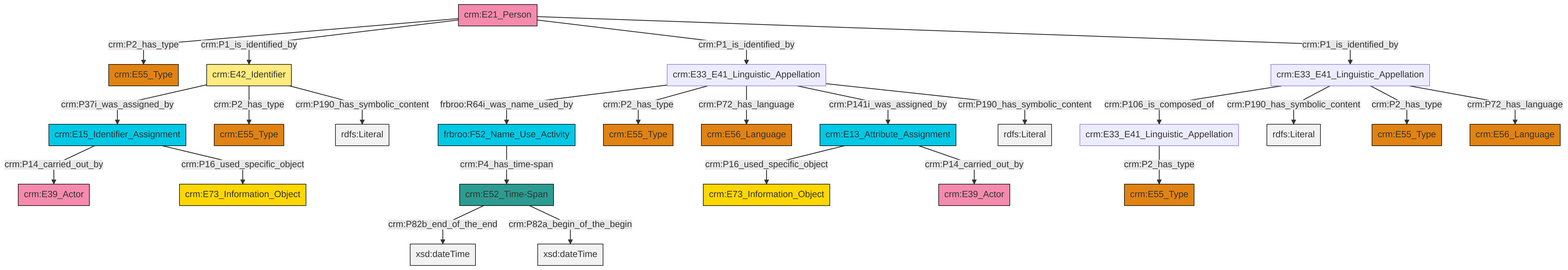
swiss-art-research-net/reference-data-models keeps this Mermaid diagram as et/personCSV/ttl/mmd/png/Person_Names_and_Classification.png. Above is the earlier version. Its source is kept beside it as et/personCSV/ttl/mmd/Person_Names_and_Classification.ttl.mmd.
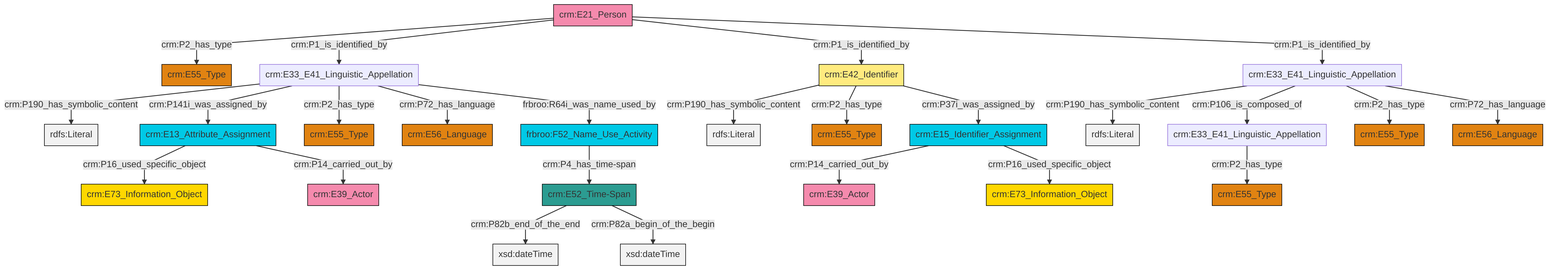
The same file after the commit.

The edit, as a diff of the source:
```diff
@@ -13,27 +13,27 @@
 classDef PC_Classes fill:#4ce600, stroke:#000000;
 classDef Multi fill:#cccccc,stroke:#000000;
 
-0["crm:E42_Identifier"]:::Appellation -->|crm:P37i_was_assigned_by| 1["crm:E15_Identifier_Assignment"]:::Temporal_Entity
-5["crm:E33_E41_Linguistic_Appellation"]:::Default -->|frbroo:R64i_was_name_used_by| 6["frbroo:F52_Name_Use_Activity"]:::Temporal_Entity
-7["crm:E21_Person"]:::Actor -->|crm:P2_has_type| 8["crm:E55_Type"]:::Type
-9["crm:E52_Time-Span"]:::Time-Span -->|crm:P82b_end_of_the_end| 10[xsd:dateTime]:::Literal
-5["crm:E33_E41_Linguistic_Appellation"]:::Default -->|crm:P2_has_type| 14["crm:E55_Type"]:::Type
-20["crm:E33_E41_Linguistic_Appellation"]:::Default -->|crm:P106_is_composed_of| 21["crm:E33_E41_Linguistic_Appellation"]:::Default
-6["frbroo:F52_Name_Use_Activity"]:::Temporal_Entity -->|crm:P4_has_time-span| 9["crm:E52_Time-Span"]:::Time-Span
-5["crm:E33_E41_Linguistic_Appellation"]:::Default -->|crm:P72_has_language| 18["crm:E56_Language"]:::Type
-25["crm:E13_Attribute_Assignment"]:::Temporal_Entity -->|crm:P16_used_specific_object| 26["crm:E73_Information_Object"]:::Conceptual_Object
-0["crm:E42_Identifier"]:::Appellation -->|crm:P2_has_type| 11["crm:E55_Type"]:::Type
-1["crm:E15_Identifier_Assignment"]:::Temporal_Entity -->|crm:P14_carried_out_by| 36["crm:E39_Actor"]:::Actor
-20["crm:E33_E41_Linguistic_Appellation"]:::Default -->|crm:P190_has_symbolic_content| 37[rdfs:Literal]:::Literal
-7["crm:E21_Person"]:::Actor -->|crm:P1_is_identified_by| 0["crm:E42_Identifier"]:::Appellation
-0["crm:E42_Identifier"]:::Appellation -->|crm:P190_has_symbolic_content| 40[rdfs:Literal]:::Literal
-20["crm:E33_E41_Linguistic_Appellation"]:::Default -->|crm:P2_has_type| 30["crm:E55_Type"]:::Type
-21["crm:E33_E41_Linguistic_Appellation"]:::Default -->|crm:P2_has_type| 16["crm:E55_Type"]:::Type
-5["crm:E33_E41_Linguistic_Appellation"]:::Default -->|crm:P141i_was_assigned_by| 25["crm:E13_Attribute_Assignment"]:::Temporal_Entity
-20["crm:E33_E41_Linguistic_Appellation"]:::Default -->|crm:P72_has_language| 3["crm:E56_Language"]:::Type
-9["crm:E52_Time-Span"]:::Time-Span -->|crm:P82a_begin_of_the_begin| 42[xsd:dateTime]:::Literal
-1["crm:E15_Identifier_Assignment"]:::Temporal_Entity -->|crm:P16_used_specific_object| 43["crm:E73_Information_Object"]:::Conceptual_Object
-7["crm:E21_Person"]:::Actor -->|crm:P1_is_identified_by| 5["crm:E33_E41_Linguistic_Appellation"]:::Default
-5["crm:E33_E41_Linguistic_Appellation"]:::Default -->|crm:P190_has_symbolic_content| 45[rdfs:Literal]:::Literal
-7["crm:E21_Person"]:::Actor -->|crm:P1_is_identified_by| 20["crm:E33_E41_Linguistic_Appellation"]:::Default
-25["crm:E13_Attribute_Assignment"]:::Temporal_Entity -->|crm:P14_carried_out_by| 32["crm:E39_Actor"]:::Actor
+0["crm:E33_E41_Linguistic_Appellation"]:::Default -->|crm:P190_has_symbolic_content| 1[rdfs:Literal]:::Literal
+2["crm:E52_Time-Span"]:::Time-Span -->|crm:P82b_end_of_the_end| 3[xsd:dateTime]:::Literal
+6["crm:E21_Person"]:::Actor -->|crm:P2_has_type| 7["crm:E55_Type"]:::Type
+8["crm:E33_E41_Linguistic_Appellation"]:::Default -->|crm:P190_has_symbolic_content| 9[rdfs:Literal]:::Literal
+6["crm:E21_Person"]:::Actor -->|crm:P1_is_identified_by| 0["crm:E33_E41_Linguistic_Appellation"]:::Default
+0["crm:E33_E41_Linguistic_Appellation"]:::Default -->|crm:P141i_was_assigned_by| 11["crm:E13_Attribute_Assignment"]:::Temporal_Entity
+0["crm:E33_E41_Linguistic_Appellation"]:::Default -->|crm:P2_has_type| 4["crm:E55_Type"]:::Type
+12["crm:E42_Identifier"]:::Appellation -->|crm:P190_has_symbolic_content| 13[rdfs:Literal]:::Literal
+16["crm:E15_Identifier_Assignment"]:::Temporal_Entity -->|crm:P14_carried_out_by| 17["crm:E39_Actor"]:::Actor
+8["crm:E33_E41_Linguistic_Appellation"]:::Default -->|crm:P106_is_composed_of| 18["crm:E33_E41_Linguistic_Appellation"]:::Default
+16["crm:E15_Identifier_Assignment"]:::Temporal_Entity -->|crm:P16_used_specific_object| 20["crm:E73_Information_Object"]:::Conceptual_Object
+6["crm:E21_Person"]:::Actor -->|crm:P1_is_identified_by| 12["crm:E42_Identifier"]:::Appellation
+23["frbroo:F52_Name_Use_Activity"]:::Temporal_Entity -->|crm:P4_has_time-span| 2["crm:E52_Time-Span"]:::Time-Span
+8["crm:E33_E41_Linguistic_Appellation"]:::Default -->|crm:P2_has_type| 21["crm:E55_Type"]:::Type
+0["crm:E33_E41_Linguistic_Appellation"]:::Default -->|crm:P72_has_language| 25["crm:E56_Language"]:::Type
+0["crm:E33_E41_Linguistic_Appellation"]:::Default -->|frbroo:R64i_was_name_used_by| 23["frbroo:F52_Name_Use_Activity"]:::Temporal_Entity
+12["crm:E42_Identifier"]:::Appellation -->|crm:P2_has_type| 27["crm:E55_Type"]:::Type
+11["crm:E13_Attribute_Assignment"]:::Temporal_Entity -->|crm:P16_used_specific_object| 29["crm:E73_Information_Object"]:::Conceptual_Object
+8["crm:E33_E41_Linguistic_Appellation"]:::Default -->|crm:P72_has_language| 32["crm:E56_Language"]:::Type
+2["crm:E52_Time-Span"]:::Time-Span -->|crm:P82a_begin_of_the_begin| 34[xsd:dateTime]:::Literal
+6["crm:E21_Person"]:::Actor -->|crm:P1_is_identified_by| 8["crm:E33_E41_Linguistic_Appellation"]:::Default
+12["crm:E42_Identifier"]:::Appellation -->|crm:P37i_was_assigned_by| 16["crm:E15_Identifier_Assignment"]:::Temporal_Entity
+11["crm:E13_Attribute_Assignment"]:::Temporal_Entity -->|crm:P14_carried_out_by| 41["crm:E39_Actor"]:::Actor
+18["crm:E33_E41_Linguistic_Appellation"]:::Default -->|crm:P2_has_type| 14["crm:E55_Type"]:::Type
```
